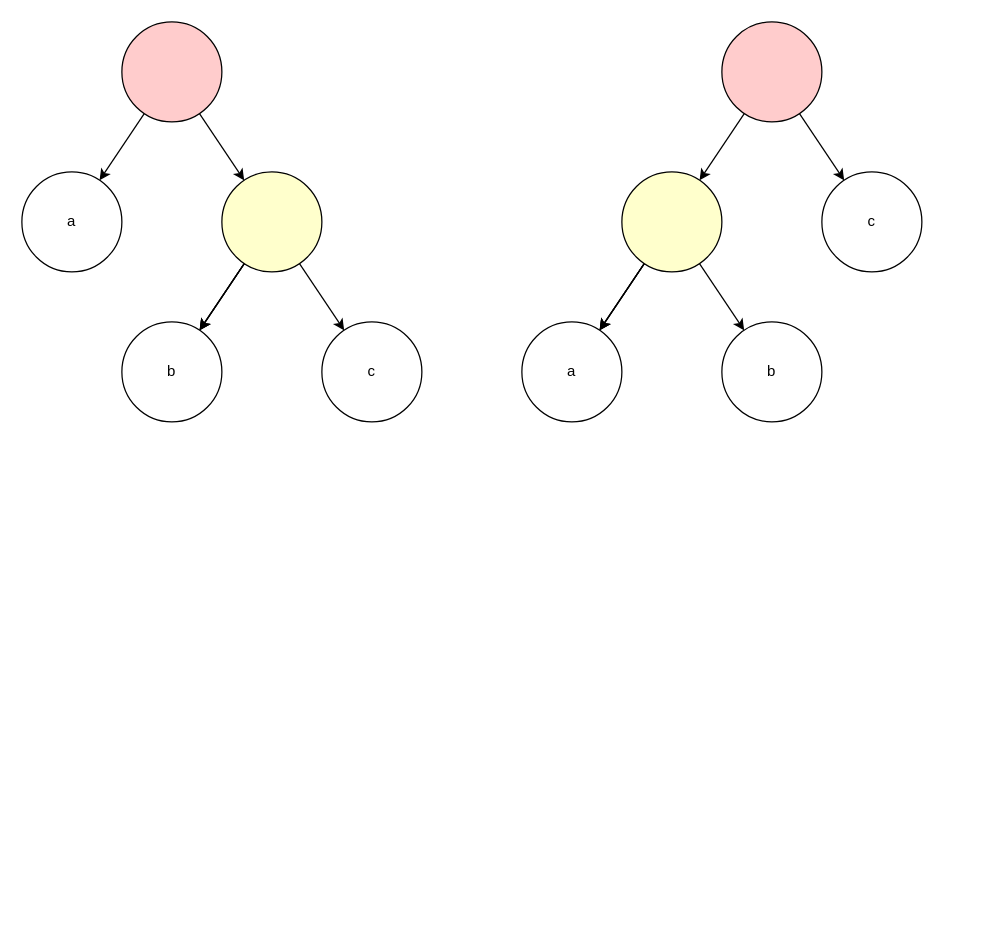
Earlier version of the draw.io diagram experiment/rotation.drawio (itarato/peditor). Source tidied: cells renumbered, new cells numbered last; positions are measured from the earlier drawing's top-left corner, leaving out a move shared by most shapes. Both pictures are drawn from the tidied source at 125%, with x=0, y=0 at pixel (21, 21).
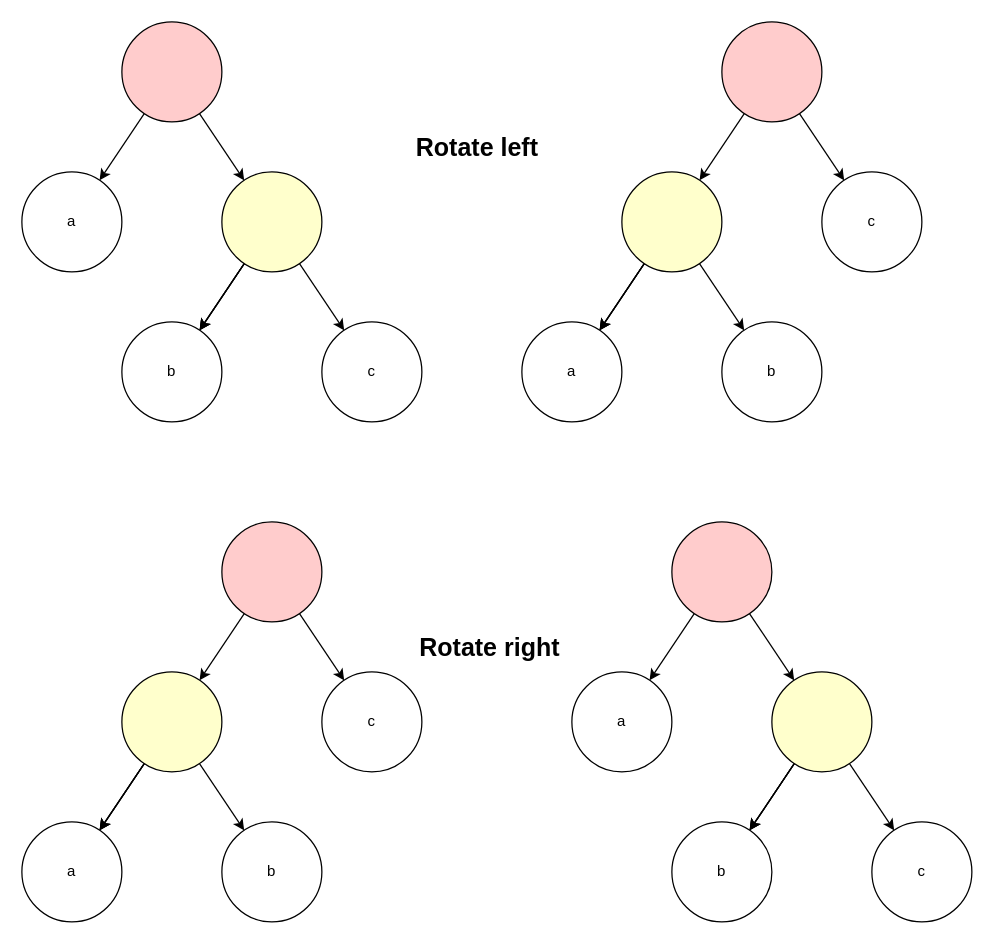
The same diagram, later.

Commit message (it also covers changes not shown here):
Rot right

What changed in the source:
```diff
@@
+    <mxCell id="24" value="Rotate left" style="text;html=1;align=center;verticalAlign=middle;strokeColor=none;fillColor=none;fontStyle=1;fontSize=20;" parent="1" vertex="1">
+      <mxGeometry x="304" y="80" width="120" height="40" as="geometry" />
+    </mxCell>
+    <mxCell id="25" style="edgeStyle=none;html=1;" parent="1" edge="1" source="27" target="28">
+      <mxGeometry relative="1" as="geometry" />
+    </mxCell>
+    <mxCell id="26" style="edgeStyle=none;html=1;" parent="1" edge="1" source="27" target="33">
+      <mxGeometry relative="1" as="geometry" />
+    </mxCell>
+    <mxCell id="27" style="ellipse;whiteSpace=wrap;html=1;fillColor=#FFCCCC;" parent="1" vertex="1">
+      <mxGeometry x="520" y="400" width="80" height="80" as="geometry" />
+    </mxCell>
+    <mxCell id="28" value="a" style="ellipse;whiteSpace=wrap;html=1;" parent="1" vertex="1">
+      <mxGeometry x="440" y="520" width="80" height="80" as="geometry" />
+    </mxCell>
+    <mxCell id="29" style="edgeStyle=none;html=1;" parent="1" edge="1" source="33" target="34">
+      <mxGeometry relative="1" as="geometry" />
+    </mxCell>
+    <mxCell id="30" style="edgeStyle=none;html=1;" parent="1" edge="1" source="33" target="34">
+      <mxGeometry relative="1" as="geometry" />
+    </mxCell>
+    <mxCell id="31" style="edgeStyle=none;html=1;" parent="1" edge="1" source="33" target="34">
+      <mxGeometry relative="1" as="geometry" />
+    </mxCell>
+    <mxCell id="32" style="edgeStyle=none;html=1;" parent="1" edge="1" source="33" target="35">
+      <mxGeometry relative="1" as="geometry" />
+    </mxCell>
+    <mxCell id="33" style="ellipse;whiteSpace=wrap;html=1;fillColor=#FFFFCC;" parent="1" vertex="1">
+      <mxGeometry x="600" y="520" width="80" height="80" as="geometry" />
+    </mxCell>
+    <mxCell id="34" value="b" style="ellipse;whiteSpace=wrap;html=1;" parent="1" vertex="1">
+      <mxGeometry x="520" y="640" width="80" height="80" as="geometry" />
+    </mxCell>
+    <mxCell id="35" value="c" style="ellipse;whiteSpace=wrap;html=1;" parent="1" vertex="1">
+      <mxGeometry x="680" y="640" width="80" height="80" as="geometry" />
+    </mxCell>
+    <mxCell id="36" style="edgeStyle=none;html=1;" parent="1" edge="1" source="38" target="39">
+      <mxGeometry relative="1" as="geometry" />
+    </mxCell>
+    <mxCell id="37" style="edgeStyle=none;html=1;" parent="1" edge="1" source="38" target="44">
+      <mxGeometry relative="1" as="geometry" />
+    </mxCell>
+    <mxCell id="38" style="ellipse;whiteSpace=wrap;html=1;fillColor=#FFCCCC;" parent="1" vertex="1">
+      <mxGeometry x="160" y="400" width="80" height="80" as="geometry" />
+    </mxCell>
+    <mxCell id="39" value="c" style="ellipse;whiteSpace=wrap;html=1;" parent="1" vertex="1">
+      <mxGeometry x="240" y="520" width="80" height="80" as="geometry" />
+    </mxCell>
+    <mxCell id="40" style="edgeStyle=none;html=1;" parent="1" edge="1" source="44" target="45">
+      <mxGeometry relative="1" as="geometry" />
+    </mxCell>
+    <mxCell id="41" style="edgeStyle=none;html=1;" parent="1" edge="1" source="44" target="45">
+      <mxGeometry relative="1" as="geometry" />
+    </mxCell>
+    <mxCell id="42" style="edgeStyle=none;html=1;" parent="1" edge="1" source="44" target="45">
+      <mxGeometry relative="1" as="geometry" />
+    </mxCell>
+    <mxCell id="43" style="edgeStyle=none;html=1;" parent="1" edge="1" source="44" target="46">
+      <mxGeometry relative="1" as="geometry" />
+    </mxCell>
+    <mxCell id="44" style="ellipse;whiteSpace=wrap;html=1;fillColor=#FFFFCC;" parent="1" vertex="1">
+      <mxGeometry x="80" y="520" width="80" height="80" as="geometry" />
+    </mxCell>
+    <mxCell id="45" value="a" style="ellipse;whiteSpace=wrap;html=1;" parent="1" vertex="1">
+      <mxGeometry y="640" width="80" height="80" as="geometry" />
+    </mxCell>
+    <mxCell id="46" value="b" style="ellipse;whiteSpace=wrap;html=1;" parent="1" vertex="1">
+      <mxGeometry x="160" y="640" width="80" height="80" as="geometry" />
+    </mxCell>
+    <mxCell id="47" value="Rotate right" style="text;html=1;align=center;verticalAlign=middle;strokeColor=none;fillColor=none;fontStyle=1;fontSize=20;" parent="1" vertex="1">
+      <mxGeometry x="304" y="480" width="140" height="40" as="geometry" />
+    </mxCell>
```
